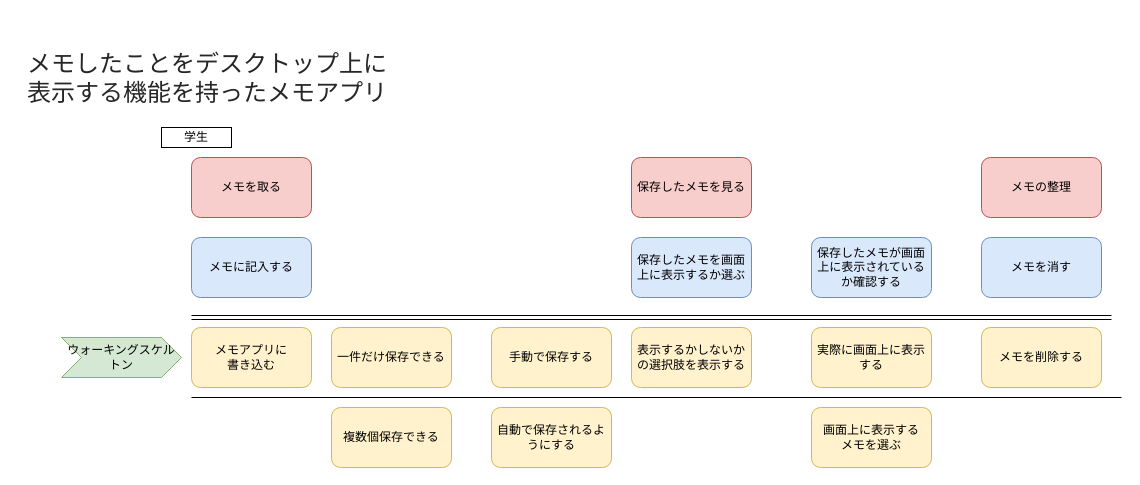
The draw.io diagram docs/storymap.drawio in daiki-nishimura-bit/practice-memo, before the edit. Source tidied: cells renumbered, new cells numbered last; positions are measured from the earlier drawing's top-left corner, leaving out a move shared by most shapes. Both pictures are drawn from the tidied source at 100%, with x=0, y=0 at pixel (17, 17).
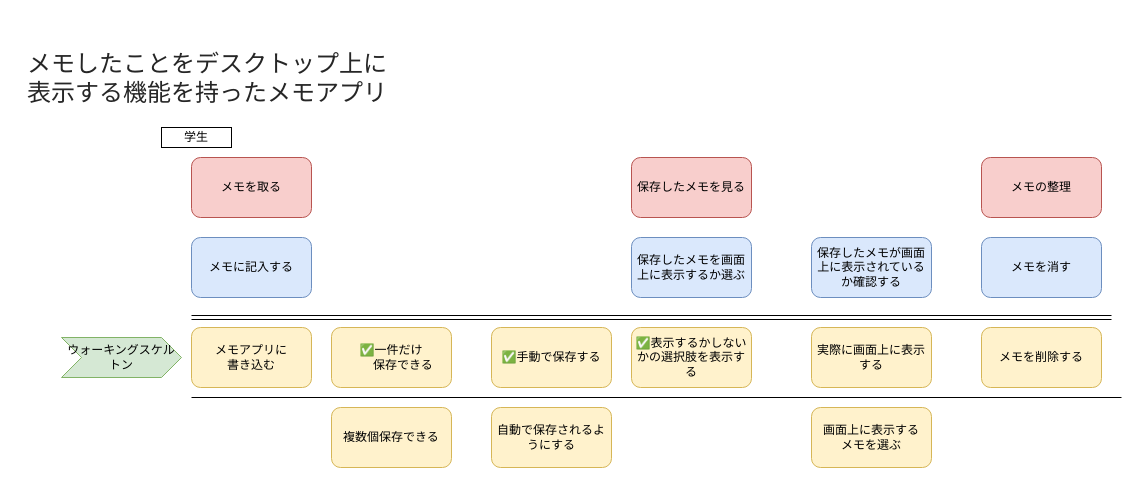
After the change.

Commit message:
出来たやつ、次取り組むやつに印をつけた

Change to the diagram source:
```diff
@@
-    <mxCell id="6" value="一件だけ保存できる" style="rounded=1;whiteSpace=wrap;html=1;roundedPerimeter=1;fillColor=#fff2cc;strokeColor=#d6b656;" parent="1" vertex="1">
+    <mxCell id="6" value="&lt;span style=&quot;color: rgb(0, 0, 0);&quot;&gt;✅&lt;/span&gt;一件だけ&lt;br&gt;　　保存できる" style="rounded=1;whiteSpace=wrap;html=1;roundedPerimeter=1;fillColor=#fff2cc;strokeColor=#d6b656;" parent="1" vertex="1">
       <mxGeometry x="314" y="310" width="120" height="60" as="geometry" />
     </mxCell>
@@
-    <mxCell id="15" value="手動で保存する" style="rounded=1;whiteSpace=wrap;html=1;roundedPerimeter=1;fillColor=#fff2cc;strokeColor=#d6b656;" parent="1" vertex="1">
+    <mxCell id="15" value="✅手動で保存する" style="rounded=1;whiteSpace=wrap;html=1;roundedPerimeter=1;fillColor=#fff2cc;strokeColor=#d6b656;" parent="1" vertex="1">
       <mxGeometry x="474" y="310" width="120" height="60" as="geometry" />
     </mxCell>
@@
-    <mxCell id="19" value="表示するかしないかの選択肢を表示する" style="rounded=1;whiteSpace=wrap;html=1;roundedPerimeter=1;fillColor=#fff2cc;strokeColor=#d6b656;" parent="1" vertex="1">
+    <mxCell id="19" value="&lt;span style=&quot;color: rgb(0, 0, 0);&quot;&gt;✅&lt;/span&gt;表示するかしないかの選択肢を表示する" style="rounded=1;whiteSpace=wrap;html=1;roundedPerimeter=1;fillColor=#fff2cc;strokeColor=#d6b656;" parent="1" vertex="1">
       <mxGeometry x="614" y="310" width="120" height="60" as="geometry" />
     </mxCell>
```
